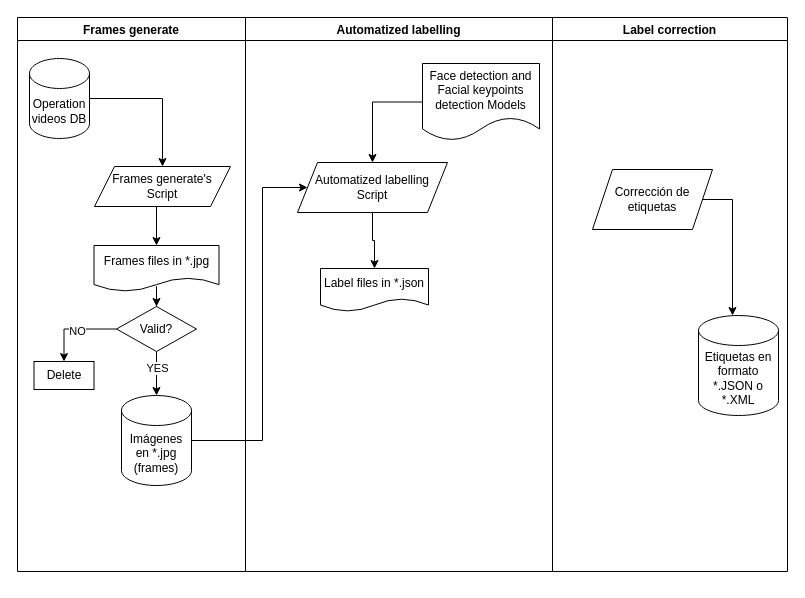
VicManX/dagdata keeps this draw.io diagram as page "Process_English" (3 of 3) of data/Untitled Diagram.drawio. Above is the earlier version. Source tidied: cells renumbered, new cells numbered last; positions are measured from the earlier drawing's top-left corner, leaving out a move shared by most shapes. Both pictures are drawn from the tidied source at 100%, with x=0, y=0 at pixel (17, 17).
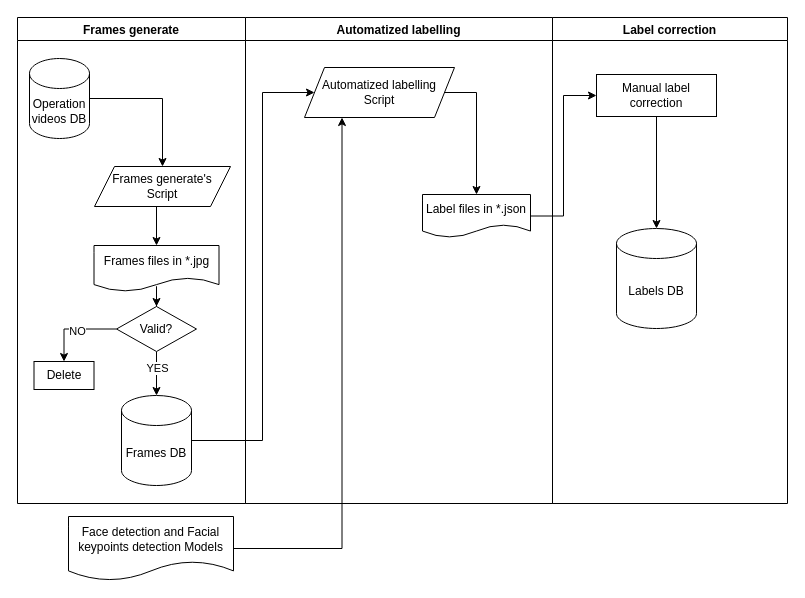
The same diagram, later.

Change to the diagram source:
```diff
@@
     <mxCell id="2" value="Automatized labelling" style="swimlane;" parent="1" vertex="1">
-      <mxGeometry x="228" width="307" height="554" as="geometry" />
+      <mxGeometry x="228" width="307" height="486" as="geometry" />
     </mxCell>
-    <mxCell id="3" style="edgeStyle=orthogonalEdgeStyle;rounded=0;jettySize=auto;html=1;entryX=0.5;entryY=0;entryDx=0;entryDy=0;" parent="2" edge="1" source="4" target="7">
-      <mxGeometry relative="1" as="geometry" />
+    <mxCell id="3" style="edgeStyle=orthogonalEdgeStyle;rounded=0;jettySize=auto;html=1;entryX=0.5;entryY=0;entryDx=0;entryDy=0;exitX=1;exitY=0.5;exitDx=0;exitDy=0;" parent="2" edge="1" source="4" target="7">
+      <mxGeometry relative="1" as="geometry">
+        <Array as="points">
+          <mxPoint x="231" y="75" />
+        </Array>
+      </mxGeometry>
     </mxCell>
     <mxCell id="4" value="Automatized labelling Script" style="shape=parallelogram;perimeter=parallelogramPerimeter;whiteSpace=wrap;html=1;fixedSize=1;" parent="2" vertex="1">
-      <mxGeometry x="52" y="145" width="150" height="50" as="geometry" />
+      <mxGeometry x="59" y="50" width="150" height="50" as="geometry" />
     </mxCell>
-    <mxCell id="5" style="edgeStyle=orthogonalEdgeStyle;rounded=0;jettySize=auto;html=1;exitX=0;exitY=0.5;exitDx=0;exitDy=0;" parent="2" edge="1" source="6" target="4">
-      <mxGeometry relative="1" as="geometry" />
-    </mxCell>
-    <mxCell id="6" value="Face detection and Facial keypoints detection Models" style="shape=document;whiteSpace=wrap;html=1;boundedLbl=1;" parent="2" vertex="1">
-      <mxGeometry x="177" y="46" width="117" height="77" as="geometry" />
-    </mxCell>
     <mxCell id="7" value="Label files in *.json" style="shape=document;whiteSpace=wrap;html=1;boundedLbl=1;" parent="2" vertex="1">
-      <mxGeometry x="75" y="251" width="108" height="43" as="geometry" />
+      <mxGeometry x="177" y="177" width="108" height="43" as="geometry" />
     </mxCell>
     <mxCell id="8" value="Frames generate" style="swimlane;" parent="2" vertex="1">
-      <mxGeometry x="-228" width="228" height="554" as="geometry" />
+      <mxGeometry x="-228" width="228" height="486" as="geometry" />
     </mxCell>
@@
-    <mxCell id="21" value="Imágenes en *.jpg&lt;br&gt;(frames)" style="shape=cylinder3;whiteSpace=wrap;html=1;boundedLbl=1;backgroundOutline=1;size=15;" parent="8" vertex="1">
+    <mxCell id="21" value="Frames DB" style="shape=cylinder3;whiteSpace=wrap;html=1;boundedLbl=1;backgroundOutline=1;size=15;" parent="8" vertex="1">
       <mxGeometry x="104" y="378" width="70" height="90" as="geometry" />
     </mxCell>
     <mxCell id="22" style="edgeStyle=orthogonalEdgeStyle;rounded=0;jettySize=auto;html=1;entryX=0;entryY=0.5;entryDx=0;entryDy=0;" parent="2" edge="1" source="21" target="4">
       <mxGeometry relative="1" as="geometry">
         <Array as="points">
           <mxPoint x="17" y="423" />
-          <mxPoint x="17" y="170" />
+          <mxPoint x="17" y="75" />
         </Array>
       </mxGeometry>
     </mxCell>
     <mxCell id="23" value="Label correction" style="swimlane;" parent="1" vertex="1">
-      <mxGeometry x="535" width="235" height="554" as="geometry" />
+      <mxGeometry x="535" width="235" height="486" as="geometry" />
     </mxCell>
-    <mxCell id="24" style="edgeStyle=orthogonalEdgeStyle;rounded=0;jettySize=auto;html=1;exitX=1;exitY=0.5;exitDx=0;exitDy=0;" parent="23" edge="1" source="25" target="26">
-      <mxGeometry relative="1" as="geometry">
-        <Array as="points">
-          <mxPoint x="180" y="182" />
-        </Array>
-      </mxGeometry>
-    </mxCell>
-    <mxCell id="25" value="Corrección de etiquetas" style="shape=parallelogram;perimeter=parallelogramPerimeter;whiteSpace=wrap;html=1;fixedSize=1;" parent="23" vertex="1">
-      <mxGeometry x="40" y="152" width="120" height="60" as="geometry" />
-    </mxCell>
-    <mxCell id="26" value="Etiquetas en formato *.JSON o *.XML" style="shape=cylinder3;whiteSpace=wrap;html=1;boundedLbl=1;backgroundOutline=1;size=15;" parent="23" vertex="1">
-      <mxGeometry x="146" y="298" width="80" height="100" as="geometry" />
+    <mxCell id="26" value="Labels DB" style="shape=cylinder3;whiteSpace=wrap;html=1;boundedLbl=1;backgroundOutline=1;size=15;" parent="23" vertex="1">
+      <mxGeometry x="64" y="211" width="80" height="100" as="geometry" />
     </mxCell>
+    <mxCell id="27" style="edgeStyle=orthogonalEdgeStyle;rounded=0;jettySize=auto;html=1;exitX=0.5;exitY=1;exitDx=0;exitDy=0;" parent="23" edge="1" source="28" target="26">
+      <mxGeometry relative="1" as="geometry" />
+    </mxCell>
+    <mxCell id="28" value="Manual label correction" style="rounded=0;whiteSpace=wrap;html=1;" parent="23" vertex="1">
+      <mxGeometry x="44" y="57" width="120" height="42" as="geometry" />
+    </mxCell>
+    <mxCell id="6" value="Face detection and Facial keypoints detection Models" style="shape=document;whiteSpace=wrap;html=1;boundedLbl=1;" parent="1" vertex="1">
+      <mxGeometry x="51" y="499" width="165" height="64" as="geometry" />
+    </mxCell>
+    <mxCell id="5" style="edgeStyle=orthogonalEdgeStyle;rounded=0;jettySize=auto;html=1;entryX=0.25;entryY=1;entryDx=0;entryDy=0;exitX=1;exitY=0.5;exitDx=0;exitDy=0;" parent="1" edge="1" source="6" target="4">
+      <mxGeometry relative="1" as="geometry" />
+    </mxCell>
+    <mxCell id="29" style="edgeStyle=orthogonalEdgeStyle;rounded=0;jettySize=auto;html=1;entryX=0;entryY=0.5;entryDx=0;entryDy=0;" parent="1" edge="1" source="7" target="28">
+      <mxGeometry relative="1" as="geometry" />
+    </mxCell>
```
